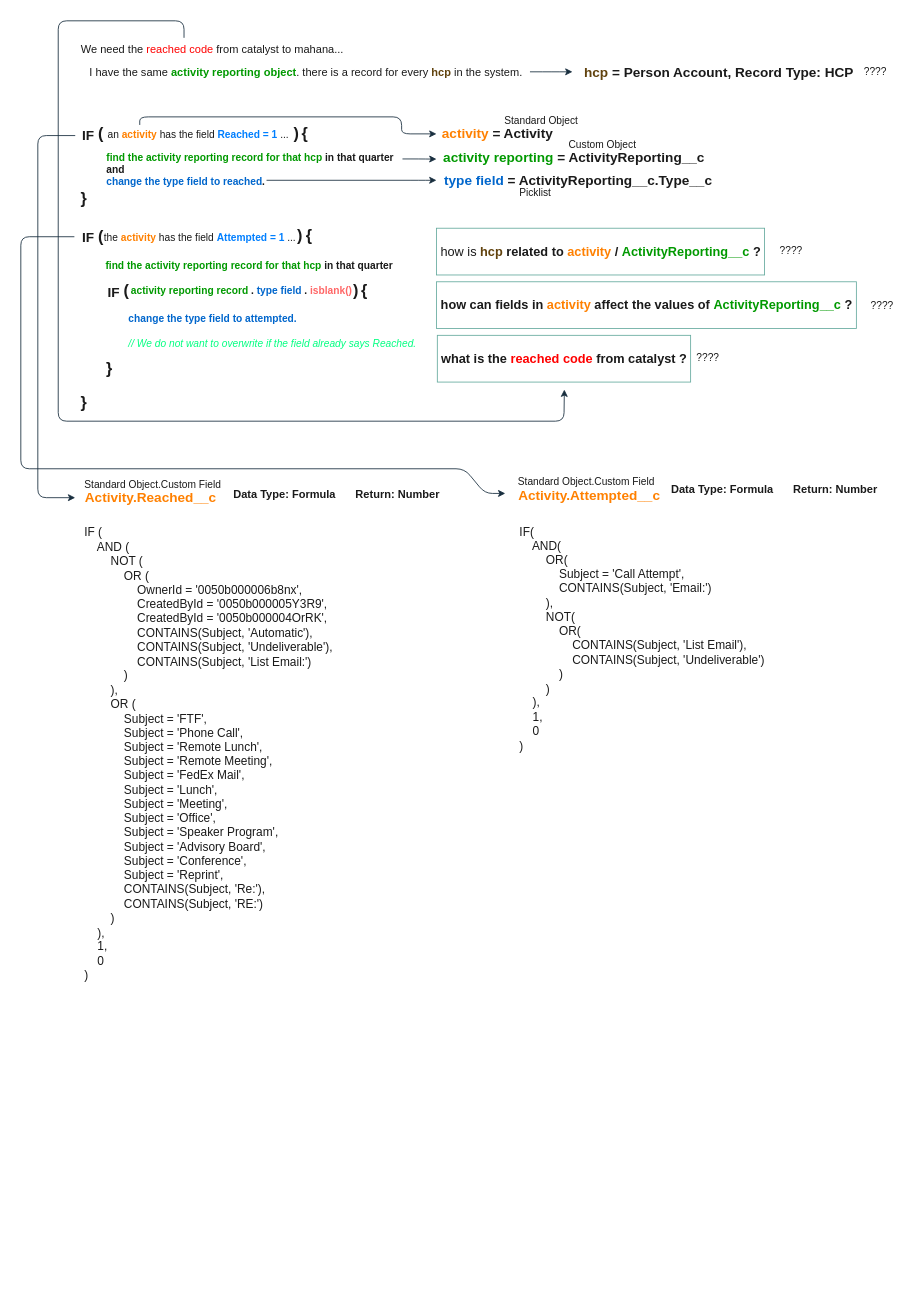
Nathaniel330/app.diagrams.net keeps this draw.io diagram as ReachedCode.drawio. Above is the earlier version. Source tidied: cells renumbered, new cells numbered last; positions are measured from the earlier drawing's top-left corner, leaving out a move shared by most shapes. Both pictures are drawn from the tidied source at 85%, with x=0, y=0 at pixel (20, 20).
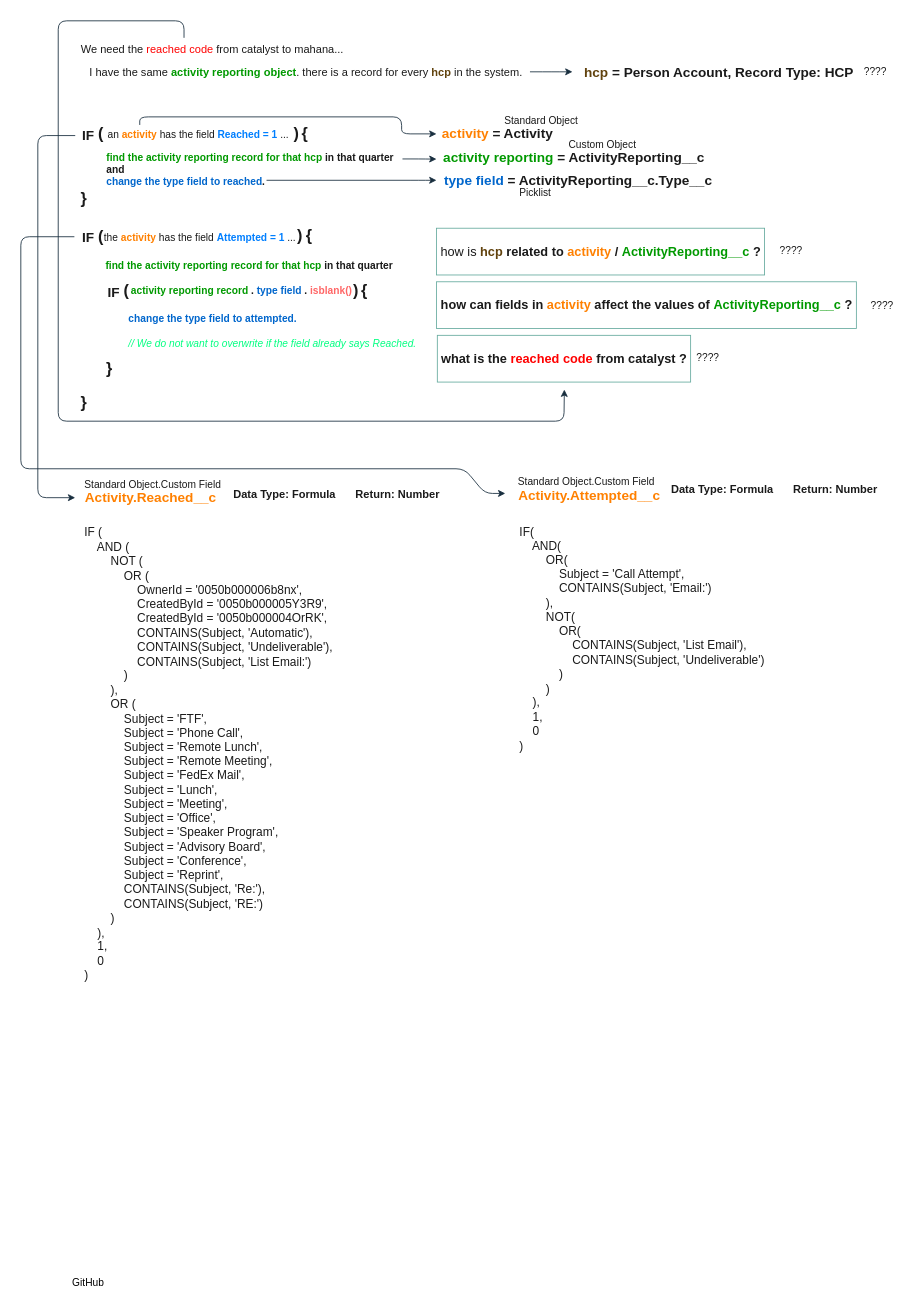
Above is the later version.

What changed in the source:
```diff
@@
+    <mxCell id="56" value="GitHub" style="text;html=1;align=center;verticalAlign=middle;strokeColor=none;fillColor=none;" parent="1" vertex="1">
+      <mxGeometry x="49" y="1470" width="60" height="30" as="geometry" />
+    </mxCell>
```
